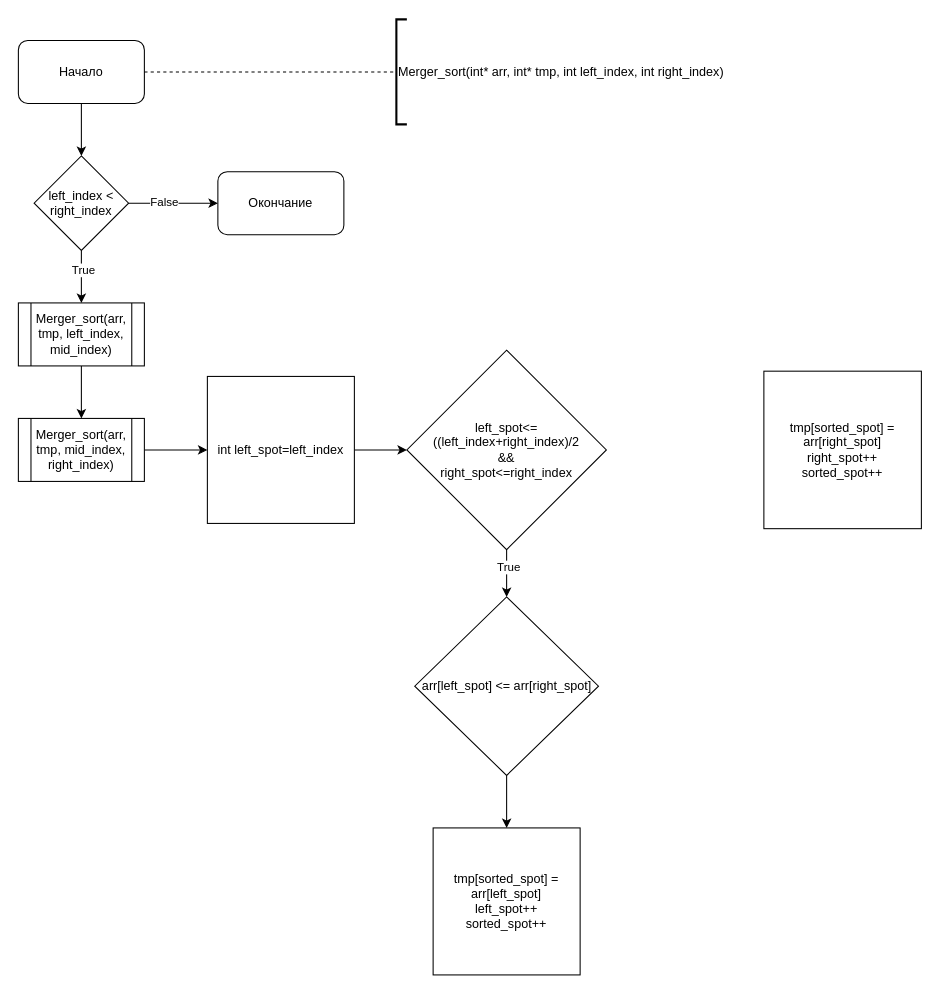
This is Merge_sort.drawio from khanhbg339/Logic_Thuat_toan, a draw.io file, before an edit. Source tidied: cells renumbered, new cells numbered last; positions are measured from the earlier drawing's top-left corner, leaving out a move shared by most shapes. Both pictures are drawn from the tidied source at 105%, with x=0, y=0 at pixel (18, 19).
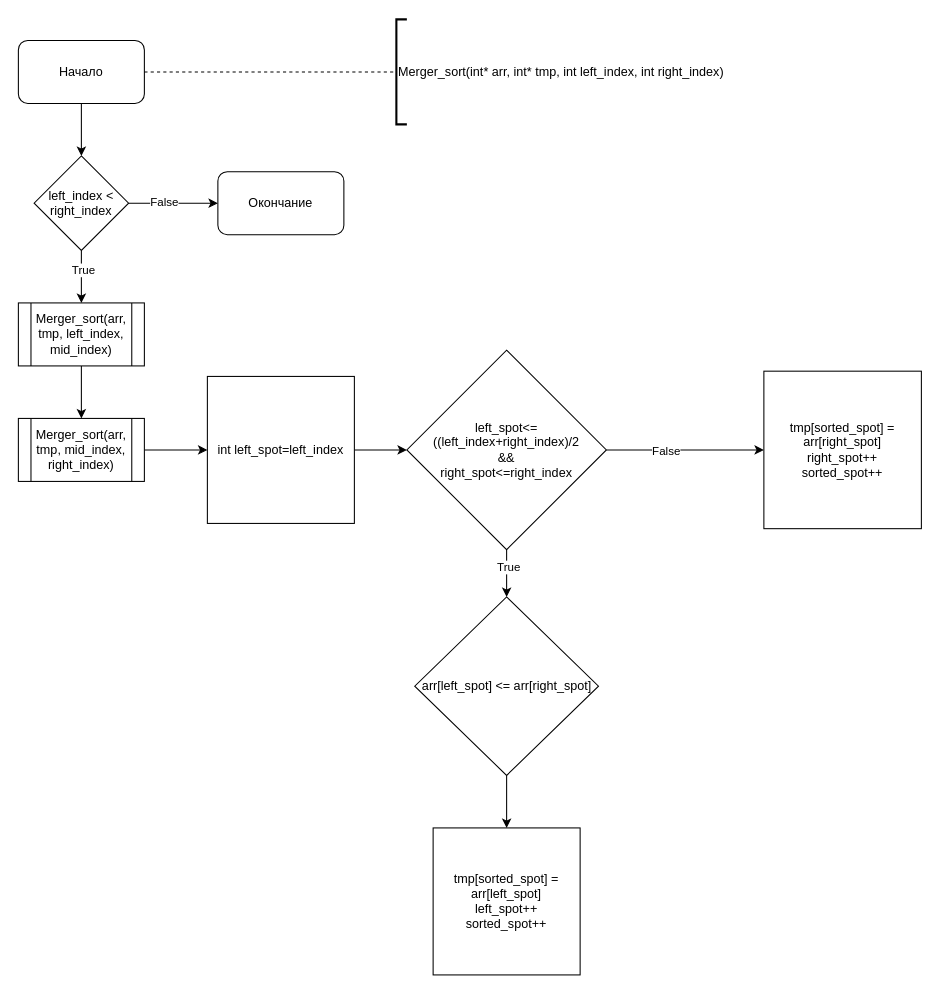
Above is the later version.

Unchanged cells that the change refers to:
```xml
<mxCell id="20" value="left_spot&amp;lt;=((left_index+right_index)/2&lt;br&gt;&amp;amp;&amp;amp;&lt;br&gt;right_spot&amp;lt;=right_index" style="rhombus;whiteSpace=wrap;html=1;" parent="1" vertex="1">
  <mxGeometry x="370" y="315" width="190" height="190" as="geometry" />
</mxCell>
<mxCell id="24" value="tmp[sorted_spot] = arr[right_spot]&lt;br&gt;right_spot++&lt;br&gt;sorted_spot++" style="whiteSpace=wrap;html=1;" parent="1" vertex="1">
  <mxGeometry x="710" y="335" width="150" height="150" as="geometry" />
</mxCell>
```

Diff of the diagram source:
```diff
@@
+    <mxCell id="25" style="edgeStyle=orthogonalEdgeStyle;rounded=0;jettySize=auto;html=1;exitX=1;exitY=0.5;exitDx=0;exitDy=0;entryX=0;entryY=0.5;entryDx=0;entryDy=0;" parent="1" edge="1" source="20" target="24">
+      <mxGeometry relative="1" as="geometry" />
+    </mxCell>
+    <mxCell id="26" value="False" style="edgeLabel;html=1;align=center;verticalAlign=middle;" parent="25" vertex="1">
+      <mxGeometry x="-0.26" relative="1" as="geometry" />
+    </mxCell>
```
